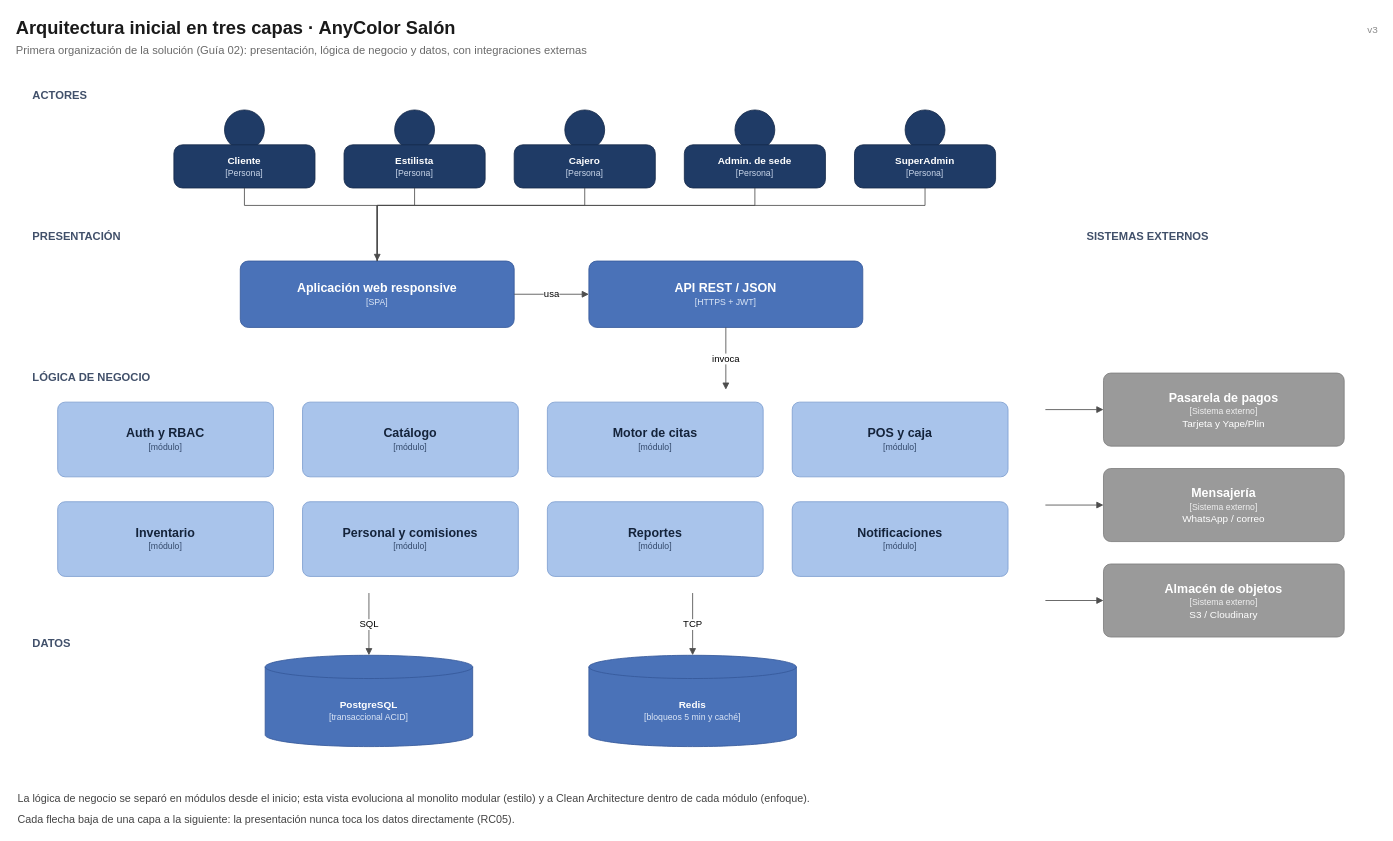
The draw.io diagram img/fuentes/arquitectura-inicial.drawio in RodrigoCayllahua/AnyColor-arquitSoft-02-Andy-Conde, before the edit. Source tidied: cells renumbered, new cells numbered last; positions are measured from the earlier drawing's top-left corner, leaving out a move shared by most shapes. Both pictures are drawn from the tidied source at 83%, with x=0, y=0 at pixel (14, 14).
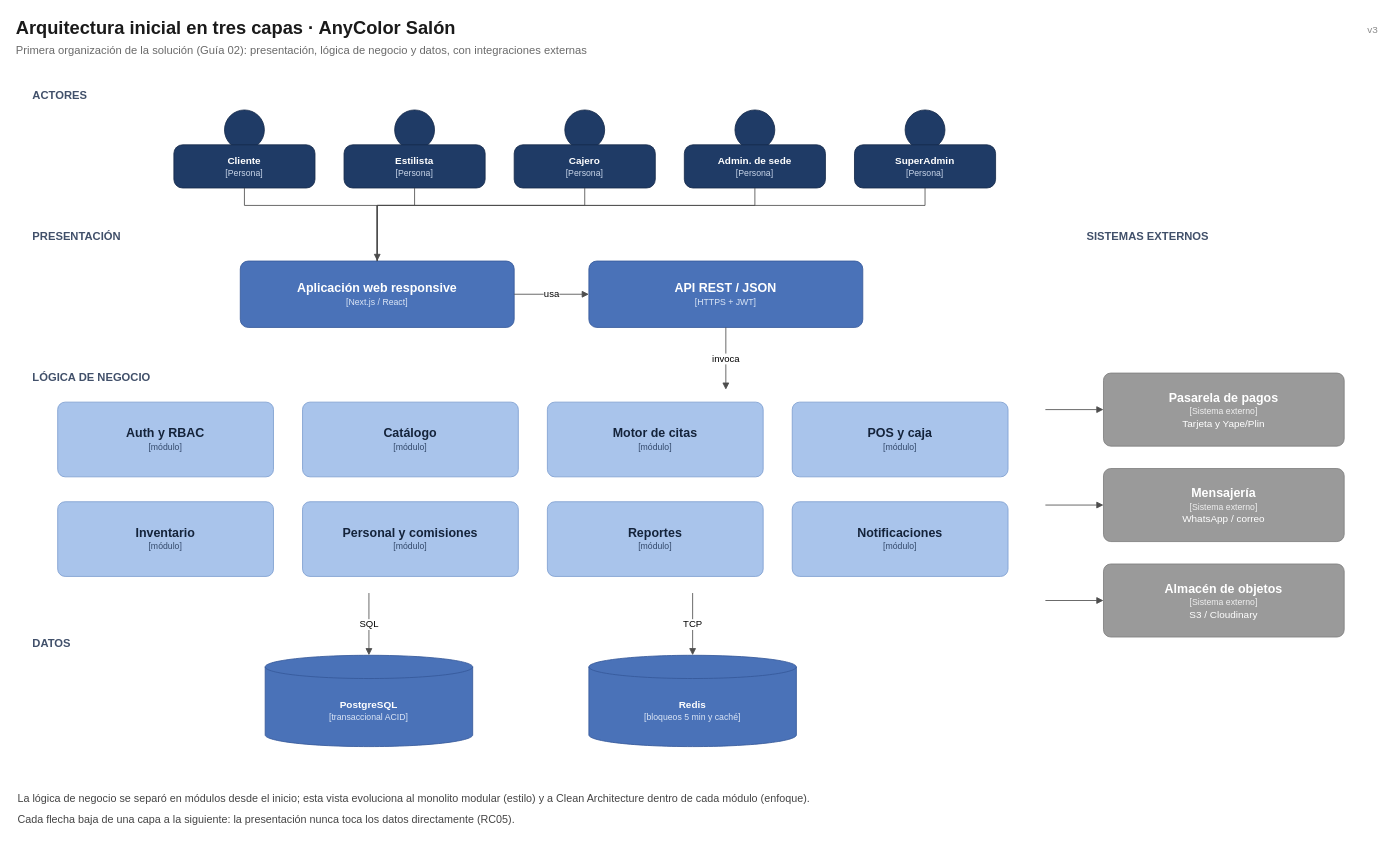
Above is the later version.

What changed in the source:
```diff
@@
-    <mxCell id="20" value="&lt;b style='font-size:15px'&gt;Aplicación web responsive&lt;/b&gt;&lt;br&gt;&lt;span style='font-size:10.5px;color:#DCE6F6'&gt;[SPA]&lt;/span&gt;" style="rounded=1;arcSize=12;whiteSpace=wrap;html=1;fillColor=#4A72B8;strokeColor=#36599A;fontColor=#FFFFFF;fontFamily=Arial;" parent="1" vertex="1">
+    <mxCell id="20" value="&lt;b style='font-size:15px'&gt;Aplicación web responsive&lt;/b&gt;&lt;br&gt;&lt;span style='font-size:10.5px;color:#DCE6F6'&gt;[Next.js / React]&lt;/span&gt;" style="rounded=1;arcSize=12;whiteSpace=wrap;html=1;fillColor=#4A72B8;strokeColor=#36599A;fontColor=#FFFFFF;fontFamily=Arial;" parent="1" vertex="1">
       <mxGeometry x="272" y="297" width="330" height="80" as="geometry" />
     </mxCell>
```
